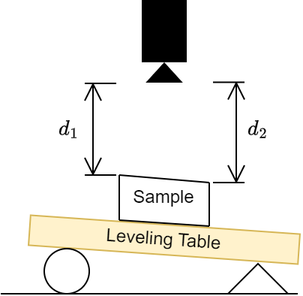
temporalecologylab/TreeRings keeps this draw.io diagram as docs/diagrams/sample_setup_realistic.png. Above is the earlier version. Source tidied: cells renumbered, new cells last; positions are measured from the earlier drawing's top-left corner, leaving out a move shared by most shapes.
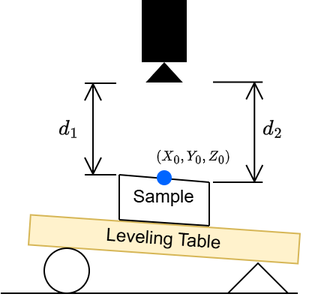
The same diagram one commit later.

Diff of the diagram source:
```diff
@@ -51,13 +51,19 @@
       <mxGeometry x="79" y="104" width="60" height="30" as="geometry" />
     </mxCell>
     <mxCell id="13" style="shape=dimension;direction=west;whiteSpace=wrap;html=1;align=center;verticalAlign=top;spacingTop=-15;labelBackgroundColor=none;rotation=90;" parent="1" vertex="1">
-      <mxGeometry x="118.6" y="65.1" width="66.8" height="21" as="geometry" />
+      <mxGeometry x="124.7" y="59.1" width="66.8" height="33.1" as="geometry" />
     </mxCell>
     <mxCell id="14" value="$$d_1$$" style="text;html=1;align=center;verticalAlign=middle;whiteSpace=wrap;rounded=0;" parent="1" vertex="1">
       <mxGeometry x="16" y="57.8" width="60" height="30" as="geometry" />
     </mxCell>
     <mxCell id="15" value="$$d_2$$" style="text;html=1;align=center;verticalAlign=middle;whiteSpace=wrap;rounded=0;" parent="1" vertex="1">
-      <mxGeometry x="141.5" y="57.8" width="60" height="30" as="geometry" />
+      <mxGeometry x="151.5" y="57.8" width="60" height="30" as="geometry" />
     </mxCell>
+    <mxCell id="16" style="shape=ellipse;fillColor=#0065FF;strokeColor=none;html=1;sketch=0;" parent="1" vertex="1">
+      <mxGeometry x="104" y="101" width="10" height="10" as="geometry" />
+    </mxCell>
+    <mxCell id="17" value="$$(X_0, Y_0, Z_0)&#10;$$" style="text;align=center;verticalAlign=middle;whiteSpace=wrap;rounded=0;fontSize=8;" parent="1" vertex="1">
+      <mxGeometry x="105.5" y="84" width="46" height="16" as="geometry" />
+    </mxCell>
   </root>
 </mxGraphModel>
```
